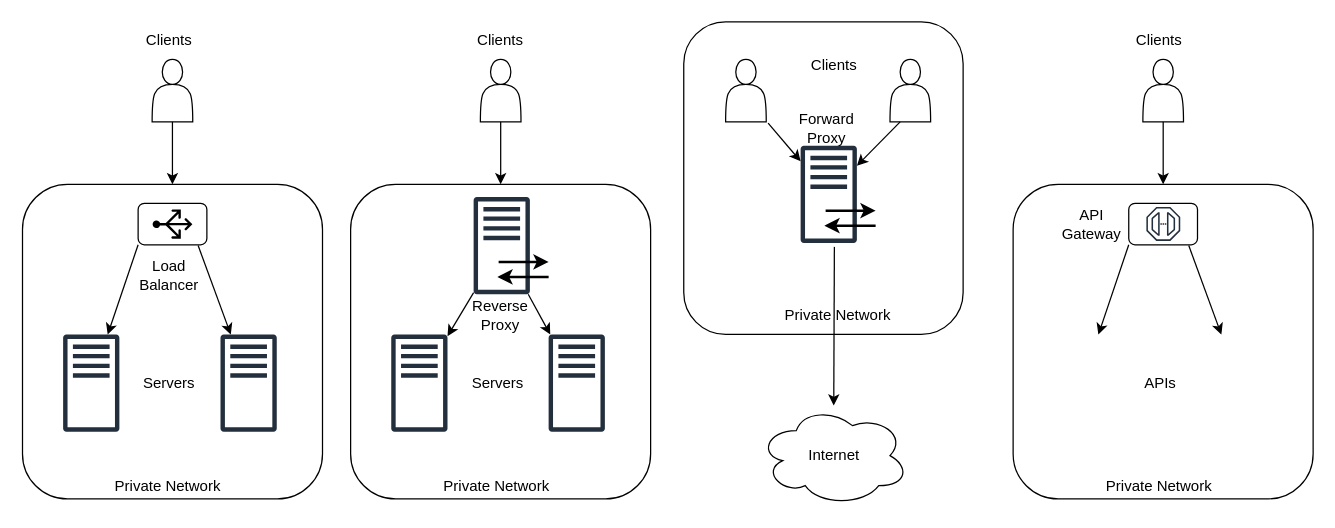
Above: NetworkComponents.drawio in jayanthkmr/architecture-diagrams (draw.io), before the change. Source tidied: cells renumbered, new cells numbered last; positions are measured from the earlier drawing's top-left corner, leaving out a move shared by most shapes. Both pictures are drawn from the tidied source at 125%, with x=0, y=0 at pixel (22, 21).
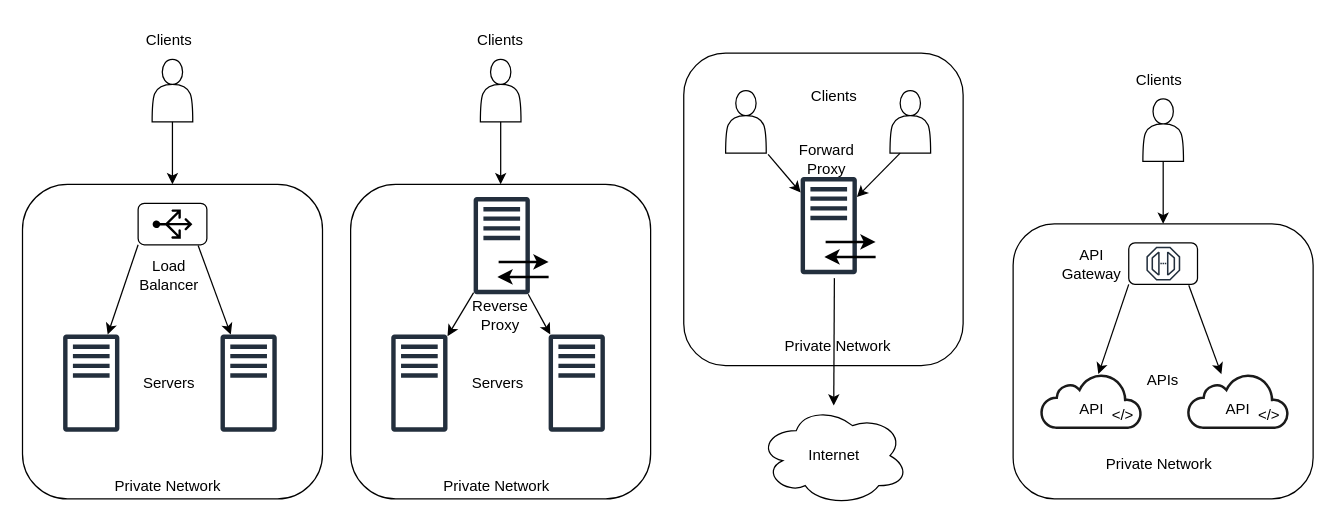
Above is the later version.

The change refers to these unchanged cells:
```xml
<mxCell id="28" style="rounded=1;whiteSpace=wrap;html=1;" parent="27" vertex="1">
  <mxGeometry width="55" height="33.2" as="geometry" />
</mxCell>
<mxCell id="54" style="ellipse;shape=cloud;whiteSpace=wrap;html=1;" parent="1" vertex="1">
  <mxGeometry x="588.5" y="307" width="120" height="80" as="geometry" />
</mxCell>
```

Change to the diagram source:
```diff
@@
     <mxCell id="25" style="rounded=1;whiteSpace=wrap;html=1;" parent="1" vertex="1">
-      <mxGeometry x="792" y="130" width="240" height="251.6" as="geometry" />
+      <mxGeometry x="792" y="161.6" width="240" height="220" as="geometry" />
     </mxCell>
     <mxCell id="26" style="shape=actor;whiteSpace=wrap;html=1;" parent="1" vertex="1">
-      <mxGeometry x="895.8" y="30" width="32.5" height="50" as="geometry" />
+      <mxGeometry x="895.8" y="61.6" width="32.5" height="50" as="geometry" />
     </mxCell>
     <mxCell id="27" style="group;" parent="1" vertex="1">
-      <mxGeometry x="884.5" y="145.1" width="55" height="33.2" as="geometry" />
+      <mxGeometry x="884.5" y="176.8" width="55" height="33.2" as="geometry" />
     </mxCell>
@@
     <mxCell id="30" style="endArrow=classic;html=1;rounded=0;exitX=0;exitY=1;exitDx=0;exitDy=0;" parent="1" edge="1" source="28">
       <mxGeometry relative="1" as="geometry">
-        <mxPoint x="860.2" y="250.2" as="targetPoint" />
+        <mxPoint x="860.2" y="281.8" as="targetPoint" />
       </mxGeometry>
     </mxCell>
     <mxCell id="31" style="endArrow=classic;html=1;rounded=0;exitX=0.873;exitY=1.019;exitDx=0;exitDy=0;exitPerimeter=0;" parent="1" edge="1" source="28">
       <mxGeometry relative="1" as="geometry">
-        <mxPoint x="958.6" y="250.2" as="targetPoint" />
+        <mxPoint x="958.6" y="281.8" as="targetPoint" />
       </mxGeometry>
     </mxCell>
@@
     <mxCell id="33" value="API Gateway" style="text;html=1;strokeColor=none;fillColor=none;align=center;verticalAlign=middle;whiteSpace=wrap;rounded=0;" parent="1" vertex="1">
-      <mxGeometry x="824.5" y="147" width="60" height="30" as="geometry" />
+      <mxGeometry x="824.5" y="178.6" width="60" height="30" as="geometry" />
     </mxCell>
     <mxCell id="34" value="APIs" style="text;html=1;strokeColor=none;fillColor=none;align=center;verticalAlign=middle;whiteSpace=wrap;rounded=0;" parent="1" vertex="1">
-      <mxGeometry x="879.5" y="274" width="60" height="30" as="geometry" />
+      <mxGeometry x="882" y="272.4" width="60" height="30" as="geometry" />
     </mxCell>
     <mxCell id="35" value="Private Network" style="text;html=1;strokeColor=none;fillColor=none;align=center;verticalAlign=middle;whiteSpace=wrap;rounded=0;" parent="1" vertex="1">
-      <mxGeometry x="863.5" y="357" width="90" height="30" as="geometry" />
+      <mxGeometry x="863.5" y="338.6" width="90" height="30" as="geometry" />
     </mxCell>
@@
     <mxCell id="40" style="rounded=1;whiteSpace=wrap;html=1;" parent="1" vertex="1">
-      <mxGeometry x="528.5" width="223.5" height="250" as="geometry" />
+      <mxGeometry x="528.5" y="25" width="223.5" height="250" as="geometry" />
     </mxCell>
     <mxCell id="41" value="Private Network" style="text;html=1;strokeColor=none;fillColor=none;align=center;verticalAlign=middle;whiteSpace=wrap;rounded=0;" parent="1" vertex="1">
-      <mxGeometry x="607" y="220" width="90" height="30" as="geometry" />
+      <mxGeometry x="607" y="245" width="90" height="30" as="geometry" />
     </mxCell>
     <mxCell id="42" style="group;" parent="1" vertex="1">
-      <mxGeometry x="622" y="99" width="60" height="78" as="geometry" />
+      <mxGeometry x="622" y="124" width="60" height="78" as="geometry" />
     </mxCell>
@@
     <mxCell id="46" style="shape=actor;whiteSpace=wrap;html=1;" parent="1" vertex="1">
-      <mxGeometry x="562" y="30" width="32.5" height="50" as="geometry" />
+      <mxGeometry x="562" y="55" width="32.5" height="50" as="geometry" />
     </mxCell>
     <mxCell id="47" style="shape=actor;whiteSpace=wrap;html=1;" parent="1" vertex="1">
-      <mxGeometry x="693.5" y="30" width="32.5" height="50" as="geometry" />
+      <mxGeometry x="693.5" y="55" width="32.5" height="50" as="geometry" />
     </mxCell>
     <mxCell id="48" value="Forward Proxy" style="text;html=1;strokeColor=none;fillColor=none;align=center;verticalAlign=middle;whiteSpace=wrap;rounded=0;" parent="1" vertex="1">
-      <mxGeometry x="612.5" y="70" width="60" height="30" as="geometry" />
+      <mxGeometry x="612.5" y="95" width="60" height="30" as="geometry" />
     </mxCell>
@@
     <mxCell id="51" value="Clients" style="text;html=1;strokeColor=none;fillColor=none;align=center;verticalAlign=middle;whiteSpace=wrap;rounded=0;" parent="1" vertex="1">
-      <mxGeometry x="618.5" y="20" width="60" height="30" as="geometry" />
+      <mxGeometry x="618.5" y="45" width="60" height="30" as="geometry" />
     </mxCell>
@@
     <mxCell id="55" style="endArrow=classic;html=1;rounded=0;" parent="1" edge="1" target="54">
       <mxGeometry relative="1" as="geometry">
-        <mxPoint x="649" y="180" as="sourcePoint" />
+        <mxPoint x="649" y="205" as="sourcePoint" />
       </mxGeometry>
     </mxCell>
@@
     <mxCell id="57" value="Clients" style="text;html=1;strokeColor=none;fillColor=none;align=center;verticalAlign=middle;whiteSpace=wrap;rounded=0;" parent="1" vertex="1">
-      <mxGeometry x="878.5" width="60" height="30" as="geometry" />
+      <mxGeometry x="878.5" y="31.6" width="60" height="30" as="geometry" />
     </mxCell>
+    <mxCell id="58" style="group;" parent="1" vertex="1">
+      <mxGeometry x="814.5" y="281.6" width="80" height="43" as="geometry" />
+    </mxCell>
+    <mxCell id="59" style="html=1;verticalLabelPosition=bottom;align=center;labelBackgroundColor=#ffffff;verticalAlign=top;strokeWidth=2;strokeColor=#1A1A1A;shadow=0;dashed=0;shape=mxgraph.ios7.icons.cloud;" parent="58" vertex="1">
+      <mxGeometry width="80" height="43" as="geometry" />
+    </mxCell>
+    <mxCell id="60" value="&amp;lt;/&amp;gt;" style="text;html=1;strokeColor=none;fillColor=none;align=center;verticalAlign=middle;whiteSpace=wrap;rounded=0;" parent="58" vertex="1">
+      <mxGeometry x="50" y="23" width="30" height="20" as="geometry" />
+    </mxCell>
+    <mxCell id="61" value="API" style="text;html=1;strokeColor=none;fillColor=none;align=center;verticalAlign=middle;whiteSpace=wrap;rounded=0;" parent="58" vertex="1">
+      <mxGeometry x="10" y="13" width="60" height="30" as="geometry" />
+    </mxCell>
+    <mxCell id="62" style="group;" parent="1" vertex="1">
+      <mxGeometry x="932" y="281.6" width="80" height="43" as="geometry" />
+    </mxCell>
+    <mxCell id="63" style="html=1;verticalLabelPosition=bottom;align=center;labelBackgroundColor=#ffffff;verticalAlign=top;strokeWidth=2;strokeColor=#1A1A1A;shadow=0;dashed=0;shape=mxgraph.ios7.icons.cloud;" parent="62" vertex="1">
+      <mxGeometry width="80" height="43" as="geometry" />
+    </mxCell>
+    <mxCell id="64" value="&amp;lt;/&amp;gt;" style="text;html=1;strokeColor=none;fillColor=none;align=center;verticalAlign=middle;whiteSpace=wrap;rounded=0;" parent="62" vertex="1">
+      <mxGeometry x="50" y="23" width="30" height="20" as="geometry" />
+    </mxCell>
+    <mxCell id="65" value="API" style="text;html=1;strokeColor=none;fillColor=none;align=center;verticalAlign=middle;whiteSpace=wrap;rounded=0;" parent="62" vertex="1">
+      <mxGeometry x="10" y="13" width="60" height="30" as="geometry" />
+    </mxCell>
```
